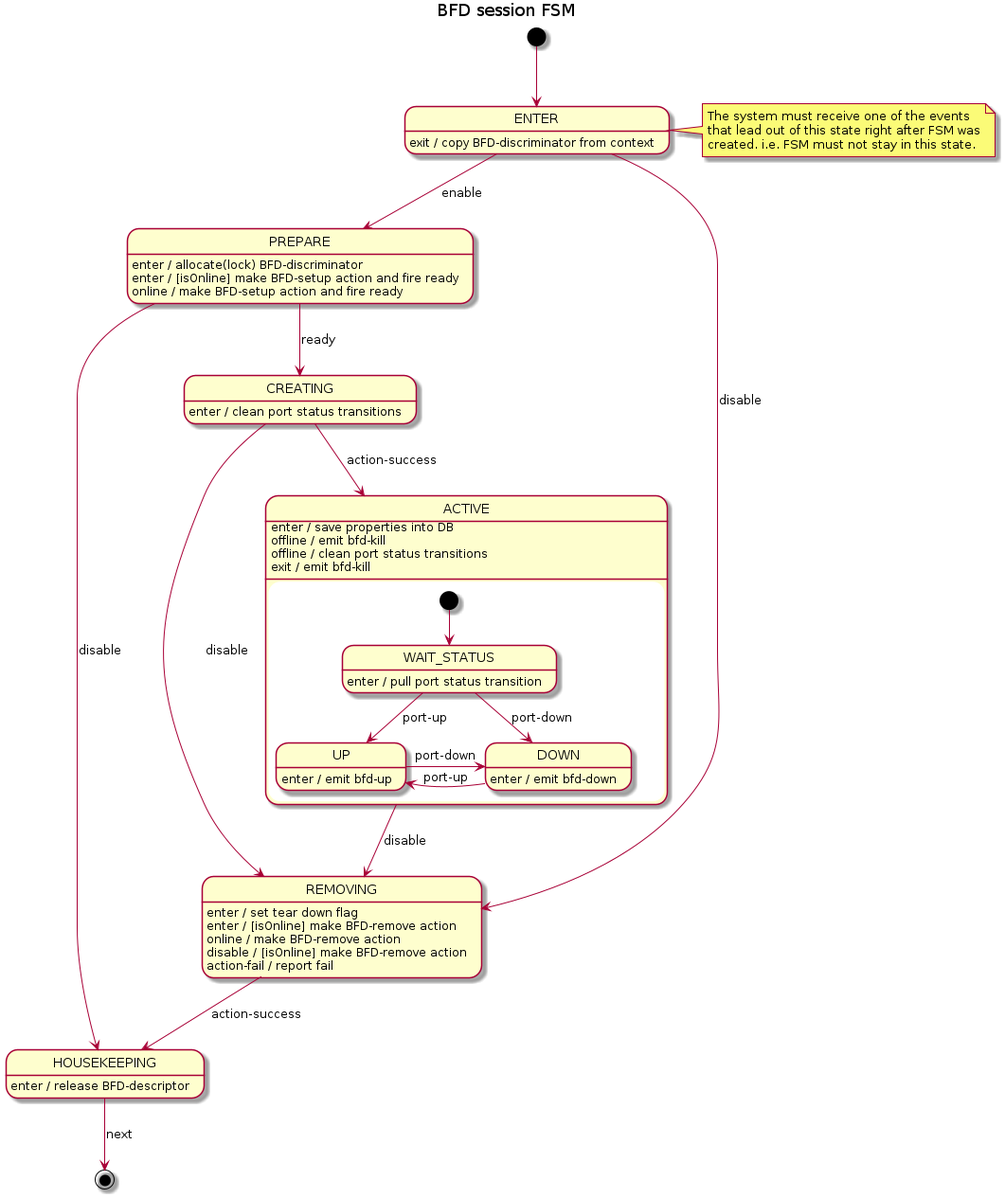
Earlier version of the PlantUML export docs/design/network-discovery/bfd-session-FSM.png (surabujin/open-kilda).
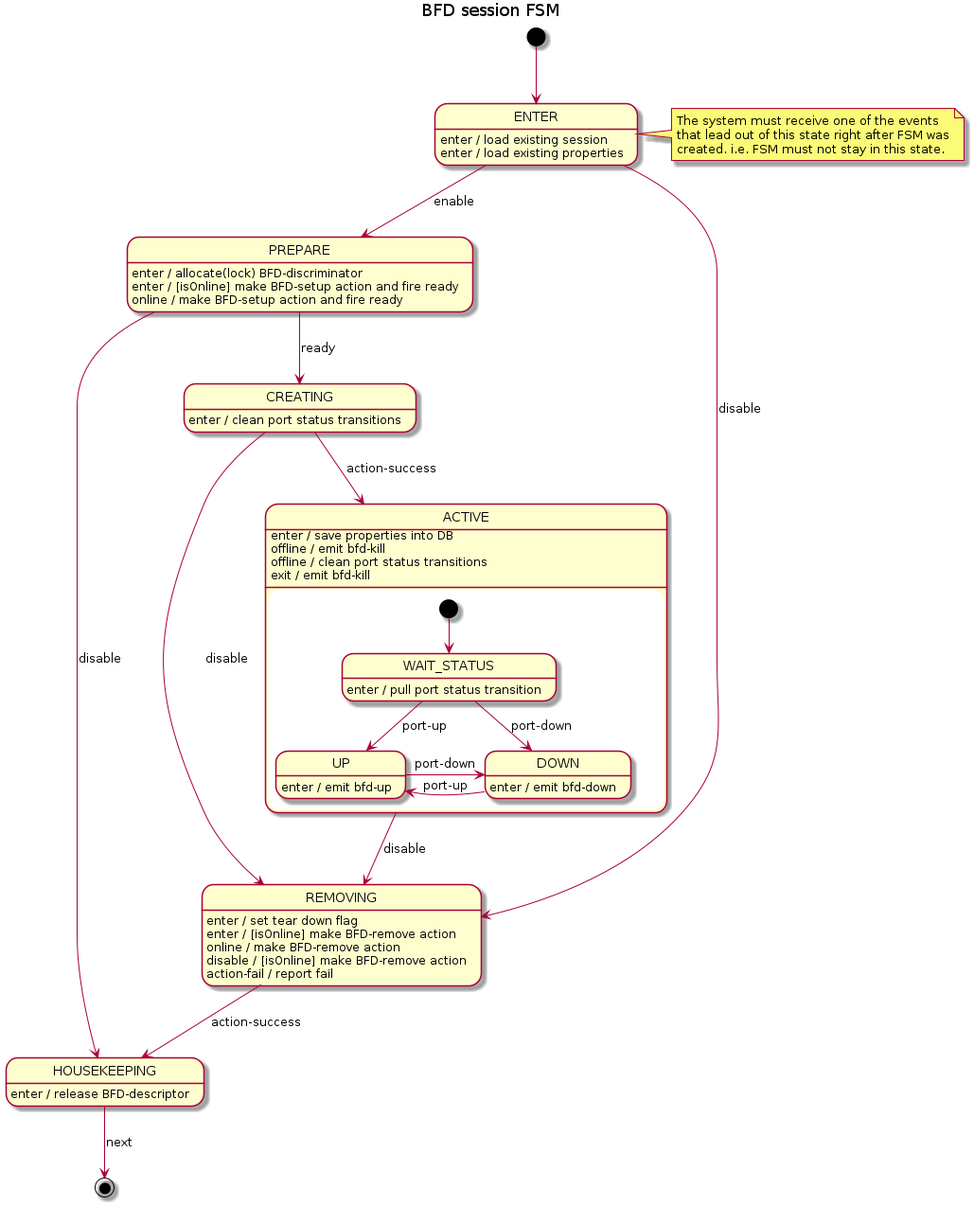
After the change.

The edit, as a diff of the source:
```diff
@@ -10,7 +10,8 @@
 
 ENTER --> PREPARE : enable
 ENTER --> REMOVING : disable
-ENTER : exit / copy BFD-discriminator from context
+ENTER : enter / load existing session
+ENTER : enter / load existing properties
 
 PREPARE : enter / allocate(lock) BFD-discriminator
 PREPARE : enter / [isOnline] make BFD-setup action and fire ready
```
